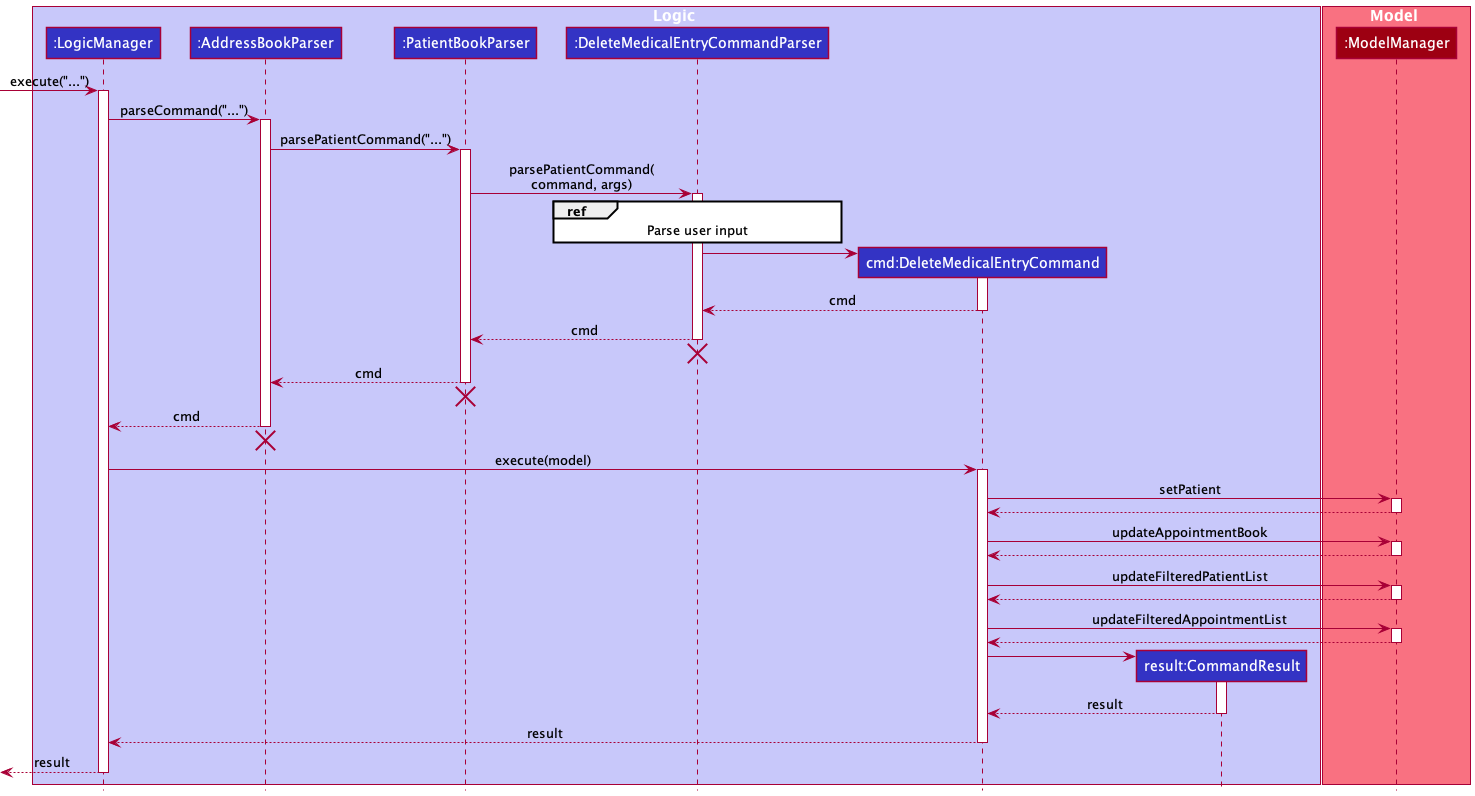
The PlantUML diagram docs/diagrams/DeleteMedicalEntryFeatureSequenceDiagram.png in AY2122S1-CS2103-W14-1/tp, before a commit. Its diagram source:
```plantuml
@startuml
!include style.puml

box Logic LOGIC_COLOR_T1
participant ":LogicManager" as LogicManager LOGIC_COLOR
participant ":AddressBookParser" as AddressBookParser LOGIC_COLOR
participant ":PatientBookParser" as PatientBookParser LOGIC_COLOR
participant ":DeleteMedicalEntryCommandParser" as DeleteMedicalEntryCommandParser LOGIC_COLOR
participant "cmd:DeleteMedicalEntryCommand" as DeleteMedicalEntryCommand LOGIC_COLOR
participant ":ModelManager" as ModelManager MODEL_COLOR
participant "result:CommandResult" as CommandResult LOGIC_COLOR
end box

box Model MODEL_COLOR_T1
participant ":ModelManager" as ModelManager MODEL_COLOR
end box

[-> LogicManager : execute("...")
activate LogicManager


LogicManager -> AddressBookParser : parseCommand("...")
activate AddressBookParser


AddressBookParser -> PatientBookParser : parsePatientCommand("...")
activate PatientBookParser

PatientBookParser -> DeleteMedicalEntryCommandParser : parsePatientCommand(\ncommand, args)
activate DeleteMedicalEntryCommandParser
ref over DeleteMedicalEntryCommandParser: Parse user input

create DeleteMedicalEntryCommand
DeleteMedicalEntryCommandParser -> DeleteMedicalEntryCommand
activate DeleteMedicalEntryCommand

DeleteMedicalEntryCommand --> DeleteMedicalEntryCommandParser : cmd
deactivate DeleteMedicalEntryCommand
DeleteMedicalEntryCommandParser --> PatientBookParser : cmd
deactivate DeleteMedicalEntryCommandParser
DeleteMedicalEntryCommandParser -[hidden]-> AddressBookParser
destroy DeleteMedicalEntryCommandParser

PatientBookParser --> AddressBookParser : cmd
deactivate PatientBookParser
PatientBookParser -[hidden]-> AddressBookParser
destroy PatientBookParser

AddressBookParser --> LogicManager : cmd
deactivate AddressBookParser
AddressBookParser -[hidden]-> LogicManager
destroy AddressBookParser

LogicManager -> DeleteMedicalEntryCommand : execute(model)
activate DeleteMedicalEntryCommand

DeleteMedicalEntryCommand -> ModelManager : setPatient
activate ModelManager
ModelManager --> DeleteMedicalEntryCommand
deactivate ModelManager

DeleteMedicalEntryCommand -> ModelManager : updateAppointmentBook
activate ModelManager
ModelManager --> DeleteMedicalEntryCommand
deactivate ModelManager

DeleteMedicalEntryCommand -> ModelManager : updateFilteredPatientList
activate ModelManager
ModelManager --> DeleteMedicalEntryCommand
deactivate ModelManager

DeleteMedicalEntryCommand -> ModelManager : updateFilteredAppointmentList
activate ModelManager
ModelManager --> DeleteMedicalEntryCommand
deactivate ModelManager

create CommandResult
DeleteMedicalEntryCommand -> CommandResult
activate CommandResult

CommandResult --> DeleteMedicalEntryCommand : result
deactivate CommandResult

DeleteMedicalEntryCommand --> LogicManager : result
deactivate DeleteMedicalEntryCommand

[<--LogicManager : result
deactivate LogicManager
@enduml
```
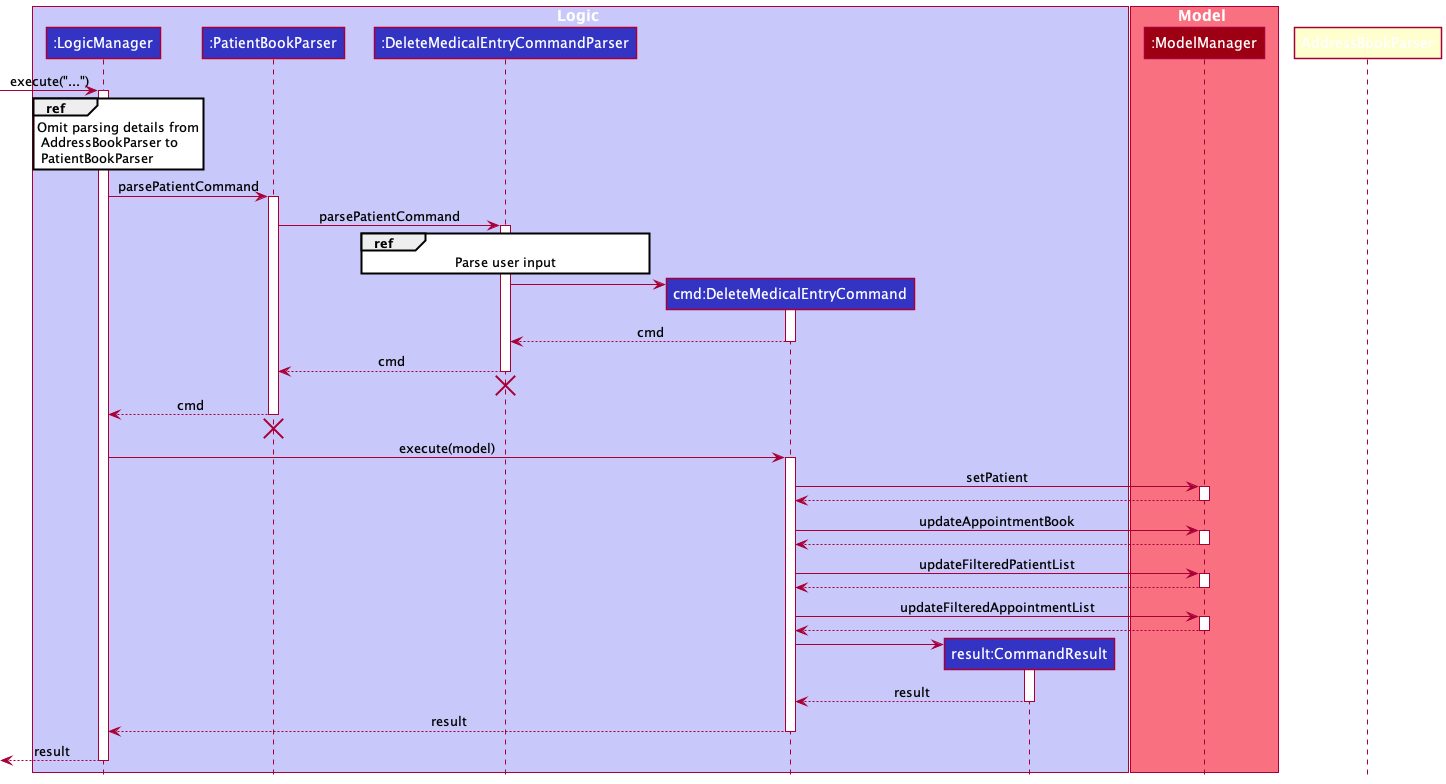
Above is the later version.

Change to the diagram source:
```diff
@@ -3,7 +3,6 @@
 
 box Logic LOGIC_COLOR_T1
 participant ":LogicManager" as LogicManager LOGIC_COLOR
-participant ":AddressBookParser" as AddressBookParser LOGIC_COLOR
 participant ":PatientBookParser" as PatientBookParser LOGIC_COLOR
 participant ":DeleteMedicalEntryCommandParser" as DeleteMedicalEntryCommandParser LOGIC_COLOR
 participant "cmd:DeleteMedicalEntryCommand" as DeleteMedicalEntryCommand LOGIC_COLOR
@@ -17,16 +16,12 @@
 
 [-> LogicManager : execute("...")
 activate LogicManager
+ref over LogicManager: Omit parsing details from\n AddressBookParser to\n PatientBookParser
 
-
-LogicManager -> AddressBookParser : parseCommand("...")
-activate AddressBookParser
-
-
-AddressBookParser -> PatientBookParser : parsePatientCommand("...")
+LogicManager -> PatientBookParser : parsePatientCommand
 activate PatientBookParser
 
-PatientBookParser -> DeleteMedicalEntryCommandParser : parsePatientCommand(\ncommand, args)
+PatientBookParser -> DeleteMedicalEntryCommandParser : parsePatientCommand
 activate DeleteMedicalEntryCommandParser
 ref over DeleteMedicalEntryCommandParser: Parse user input
 
@@ -41,15 +36,10 @@
 DeleteMedicalEntryCommandParser -[hidden]-> AddressBookParser
 destroy DeleteMedicalEntryCommandParser
 
-PatientBookParser --> AddressBookParser : cmd
+PatientBookParser --> LogicManager : cmd
 deactivate PatientBookParser
 PatientBookParser -[hidden]-> AddressBookParser
 destroy PatientBookParser
-
-AddressBookParser --> LogicManager : cmd
-deactivate AddressBookParser
-AddressBookParser -[hidden]-> LogicManager
-destroy AddressBookParser
 
 LogicManager -> DeleteMedicalEntryCommand : execute(model)
 activate DeleteMedicalEntryCommand
```
